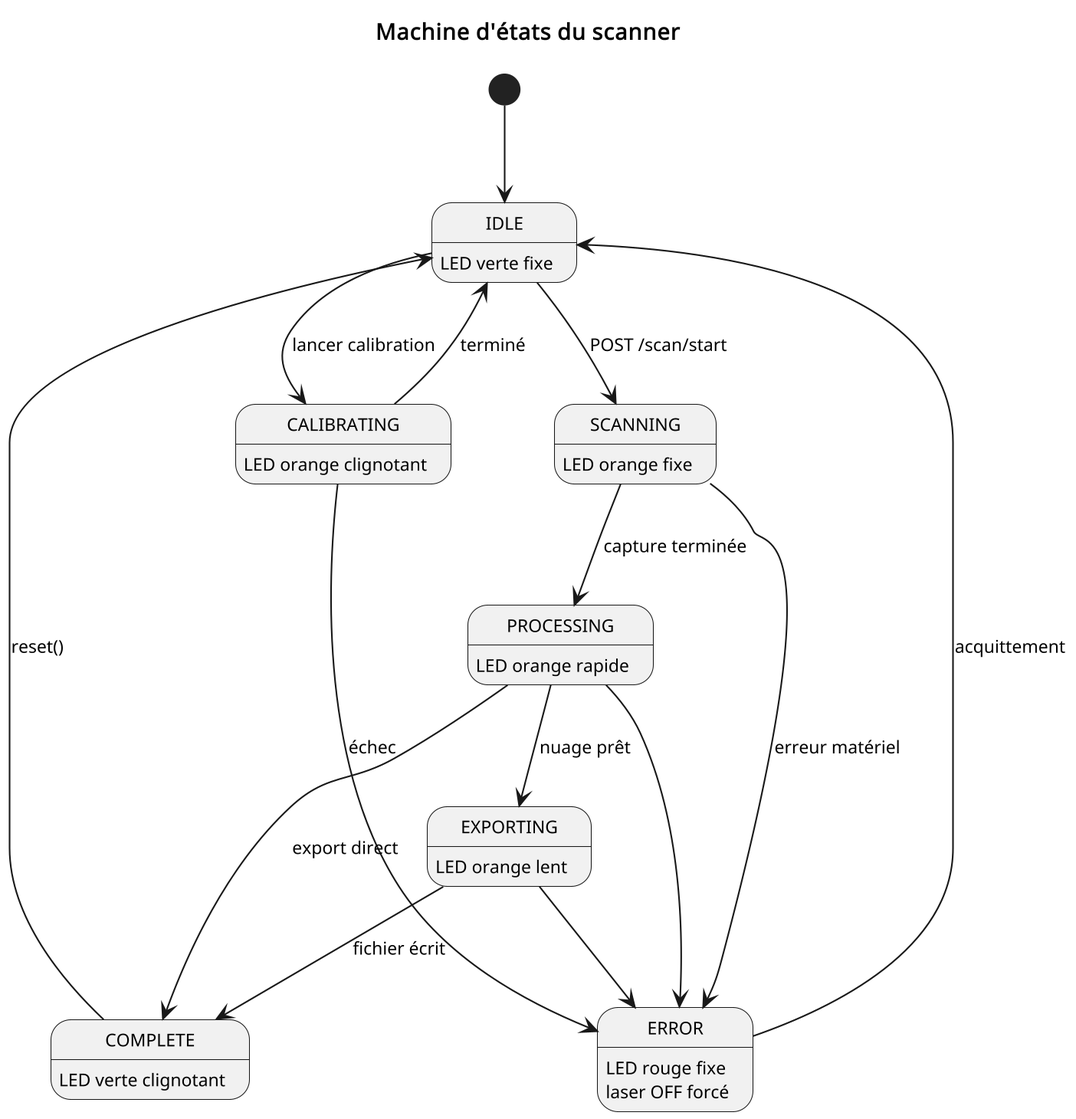
This is docs/rapport/diagrams/machine_etats.png from tom-berthoud/scanner3d-pmd, a PlantUML export, as it was before one commit. Its diagram source:
```plantuml
@startuml machine_etats
skinparamlocked dpi 200

skinparam shadowing false
skinparam defaultFontName Latin Modern Roman
skinparam defaultFontSize 11

title Machine d'états du scanner

[*] --> IDLE

IDLE : LED verte fixe
IDLE --> SCANNING : POST /scan/start
IDLE --> CALIBRATING : lancer calibration

CALIBRATING : LED orange clignotant
CALIBRATING --> IDLE : terminé
CALIBRATING --> ERROR : échec

SCANNING : LED orange fixe
SCANNING --> PROCESSING : capture terminée
SCANNING --> ERROR : erreur matériel

PROCESSING : LED orange rapide
PROCESSING --> EXPORTING : nuage prêt
PROCESSING --> COMPLETE : export direct
PROCESSING --> ERROR

EXPORTING : LED orange lent
EXPORTING --> COMPLETE : fichier écrit
EXPORTING --> ERROR

COMPLETE : LED verte clignotant
COMPLETE --> IDLE : reset()

ERROR : LED rouge fixe\nlaser OFF forcé
ERROR --> IDLE : acquittement

@enduml
```
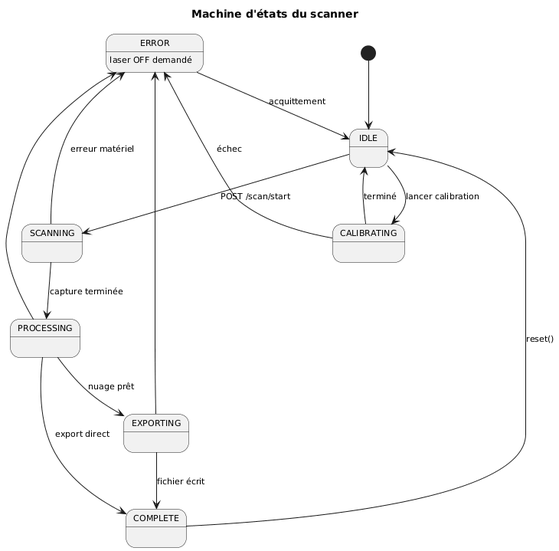
Above is the later version.

Change to the diagram source:
```diff
@@ -1,5 +1,4 @@
 @startuml machine_etats
-skinparamlocked dpi 200
 
 skinparam shadowing false
 skinparam defaultFontName Latin Modern Roman
@@ -9,31 +8,25 @@
 
 [*] --> IDLE
 
-IDLE : LED verte fixe
 IDLE --> SCANNING : POST /scan/start
 IDLE --> CALIBRATING : lancer calibration
 
-CALIBRATING : LED orange clignotant
 CALIBRATING --> IDLE : terminé
 CALIBRATING --> ERROR : échec
 
-SCANNING : LED orange fixe
 SCANNING --> PROCESSING : capture terminée
 SCANNING --> ERROR : erreur matériel
 
-PROCESSING : LED orange rapide
 PROCESSING --> EXPORTING : nuage prêt
 PROCESSING --> COMPLETE : export direct
 PROCESSING --> ERROR
 
-EXPORTING : LED orange lent
 EXPORTING --> COMPLETE : fichier écrit
 EXPORTING --> ERROR
 
-COMPLETE : LED verte clignotant
 COMPLETE --> IDLE : reset()
 
-ERROR : LED rouge fixe\nlaser OFF forcé
+ERROR : laser OFF demandé
 ERROR --> IDLE : acquittement
 
 @enduml
```
